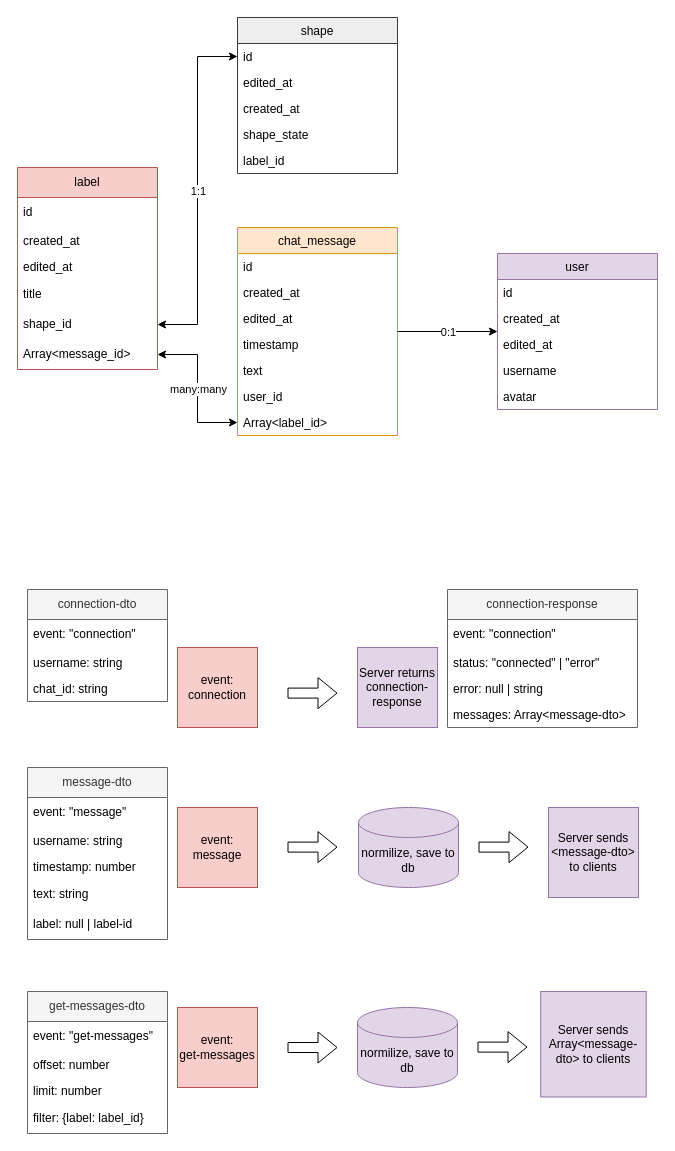
Above: squeezer.drawio in bestsvetny/squeezer (draw.io), before the change. Source tidied: cells renumbered, new cells numbered last; positions are measured from the earlier drawing's top-left corner, leaving out a move shared by most shapes. Both pictures are drawn from the tidied source at 100%, with x=0, y=0 at pixel (17, 17).
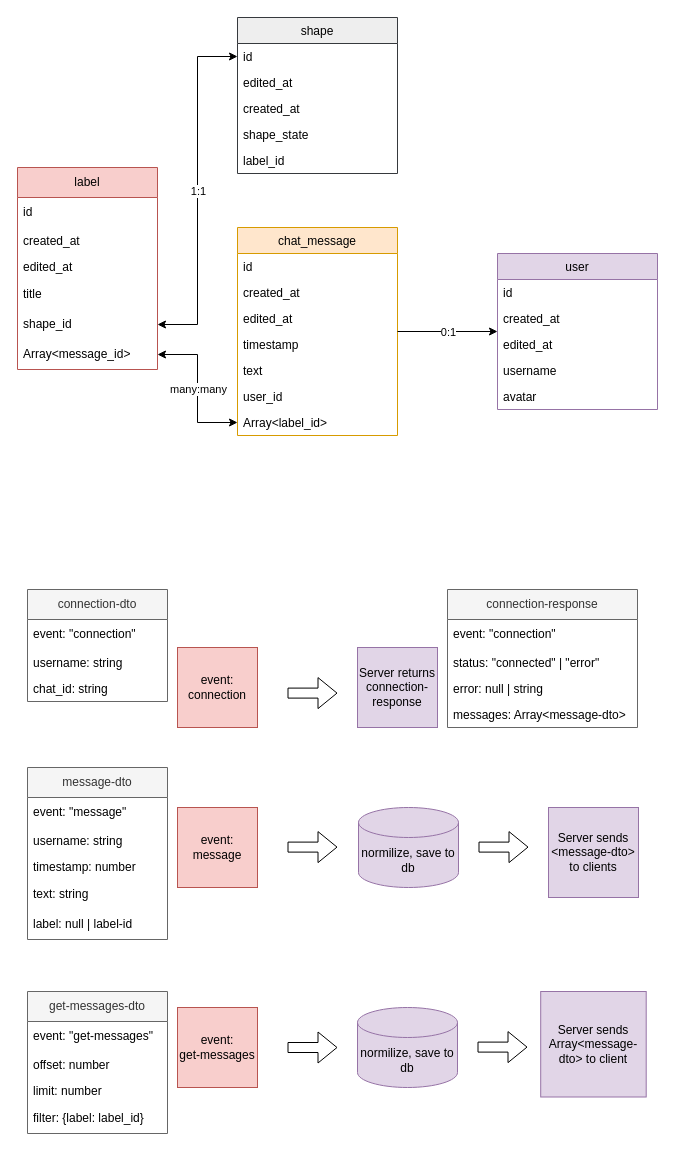
The same page after the edit.

The edit, as a diff of the source:
```diff
@@
-    <mxCell id="61" value="Server sends Array&amp;lt;message-dto&amp;gt; to clients" style="whiteSpace=wrap;html=1;fillColor=#e1d5e7;strokeColor=#9673a6;" parent="1" vertex="1">
+    <mxCell id="61" value="Server sends Array&amp;lt;message-dto&amp;gt; to client" style="whiteSpace=wrap;html=1;fillColor=#e1d5e7;strokeColor=#9673a6;" parent="1" vertex="1">
       <mxGeometry x="523.2" y="974" width="105.5" height="105.5" as="geometry" />
     </mxCell>
```
